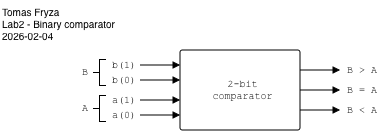
Before: lab2-logic/images/two-bit-comparator.png, a diagram exported from draw.io (j-sikula/vhdl-course). Source tidied: cells renumbered, new cells last; positions are measured from the earlier drawing's top-left corner, leaving out a move shared by most shapes.
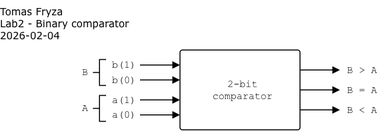
The same file after the commit.

The edit, as a diff of the source:
```diff
@@ -80,7 +80,7 @@
     <mxCell id="20" value="A" style="text;html=1;align=left;verticalAlign=middle;whiteSpace=wrap;rounded=0;fontFamily=Courier New;fontSize=10;fillOpacity=100;spacing=2;spacingLeft=0;" parent="1" vertex="1">
       <mxGeometry x="80" y="98" width="20" height="20" as="geometry" />
     </mxCell>
-    <mxCell id="21" value="&lt;div&gt;Tomas Fryza&lt;/div&gt;&lt;div&gt;Lab2 - Binary comparator&lt;/div&gt;&lt;div&gt;2026-02-04&lt;/div&gt;" style="text;html=1;align=left;verticalAlign=top;whiteSpace=wrap;rounded=0;fontFamily=Helvetica;fontSize=10;fillOpacity=100;spacing=2;spacingLeft=0;" parent="1" vertex="1">
+    <mxCell id="21" value="&lt;div&gt;Tomas Fryza&lt;/div&gt;&lt;div&gt;Lab2 - Binary comparator&lt;/div&gt;&lt;div&gt;2026-02-04&lt;/div&gt;" style="text;html=1;align=left;verticalAlign=top;whiteSpace=wrap;rounded=0;fontFamily=Verdana;fontSize=10;fillOpacity=100;spacing=0;spacingLeft=0;" parent="1" vertex="1">
       <mxGeometry width="170" height="50" as="geometry" />
     </mxCell>
   </root>
```
